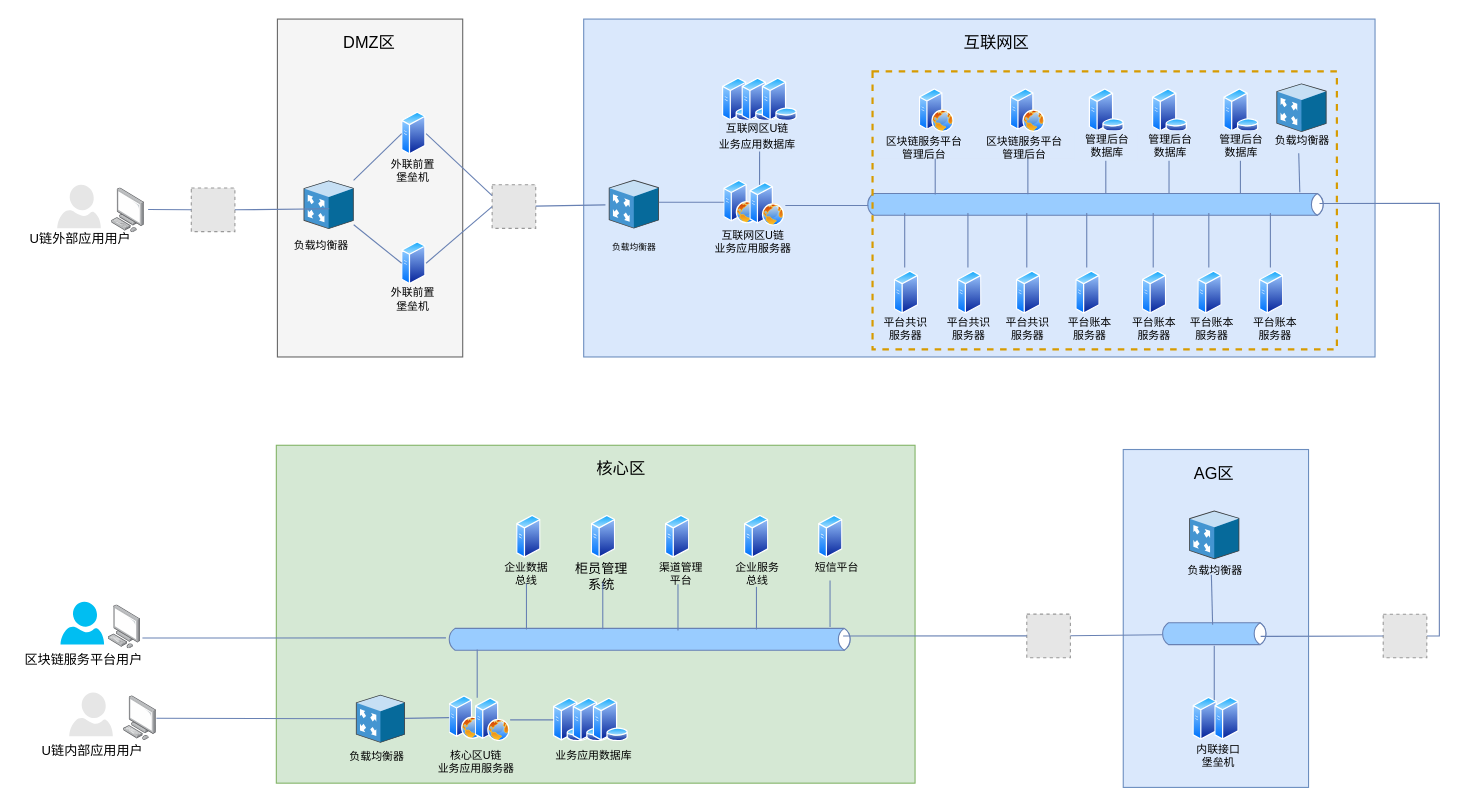
Earlier version of the draw.io diagram repository/drawio/postb/系统拓扑图.drawio (dilide/collections). Source tidied: cells renumbered, new cells numbered last; positions are measured from the earlier drawing's top-left corner, leaving out a move shared by most shapes. Both pictures are drawn from the tidied source at 109%, with x=0, y=0 at pixel (19, 19). Pictures stored in the file or linked from it are replaced by grey dashed boxes.
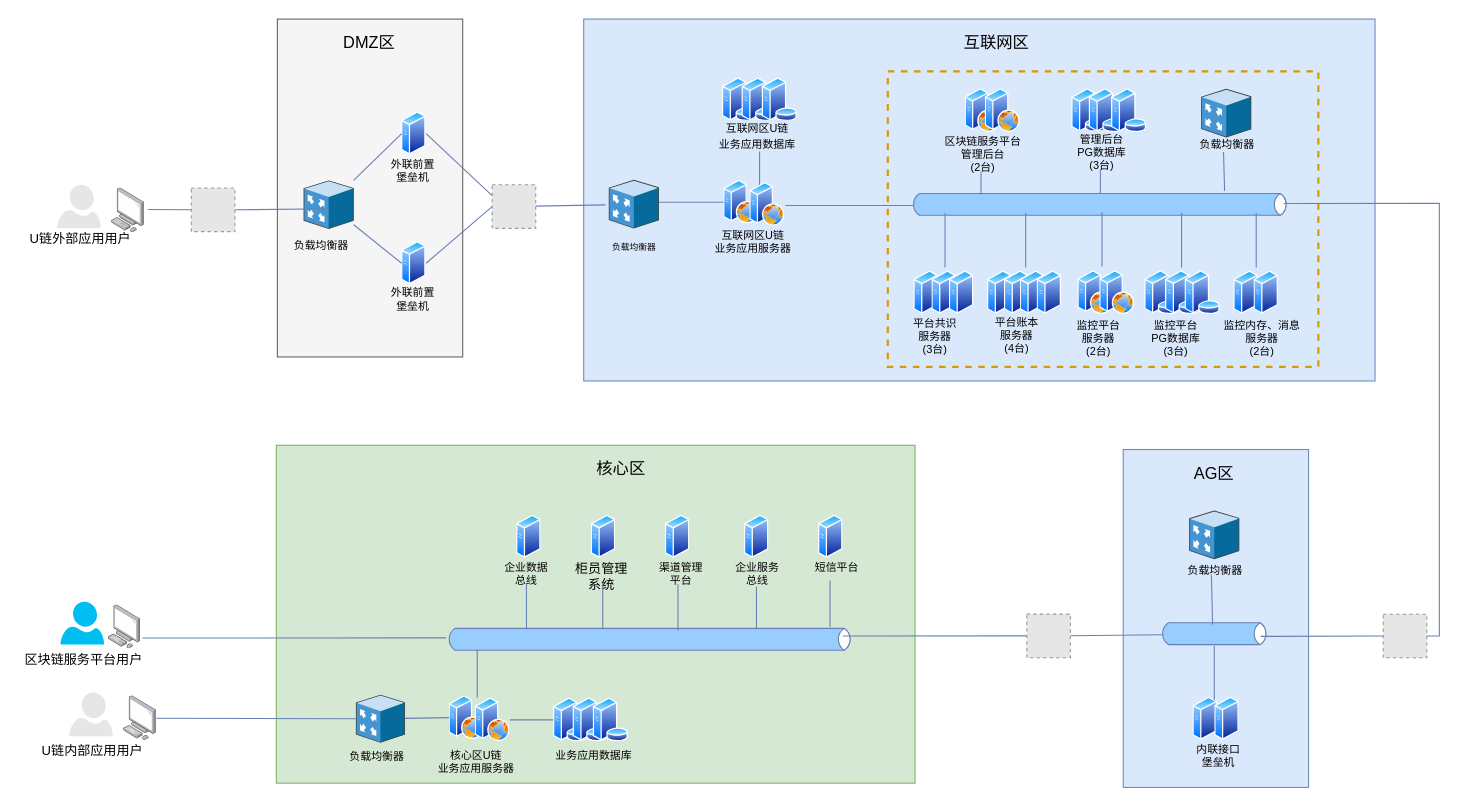
The same diagram, later.

Commit message:
Update 系统拓扑图.drawio

Change to the diagram source:
```diff
@@
     <mxCell id="2" style="rounded=0;whiteSpace=wrap;html=1;strokeColor=#6c8ebf;strokeWidth=1;fillColor=#dae8fc;fontSize=12;align=center;" parent="1" vertex="1">
-      <mxGeometry x="518" width="726" height="310" as="geometry" />
+      <mxGeometry x="518" width="726" height="332" as="geometry" />
     </mxCell>
+    <mxCell id="131" style="rounded=0;whiteSpace=wrap;html=1;fillColor=none;fontSize=10;dashed=1;strokeColor=#d79b00;strokeWidth=2;" parent="1" vertex="1">
+      <mxGeometry x="797" y="48" width="395" height="271" as="geometry" />
+    </mxCell>
@@
     <mxCell id="4" style="html=1;fillColor=#99CCFF;strokeColor=#6881B3;gradientColor=none;gradientDirection=north;strokeWidth=1;shape=mxgraph.networks.bus;gradientColor=none;gradientDirection=north;fontColor=#ffffff;perimeter=backbonePerimeter;backboneSize=20;align=center;fontSize=12;" parent="1" vertex="1">
-      <mxGeometry x="776" y="165" width="423" height="10" as="geometry" />
+      <mxGeometry x="818" y="165" width="347" height="10" as="geometry" />
     </mxCell>
     <mxCell id="5" style="strokeColor=#6881B3;edgeStyle=none;rounded=0;endArrow=none;html=1;strokeWidth=1;fontSize=12;" parent="1" edge="1">
       <mxGeometry relative="1" as="geometry">
-        <mxPoint x="840.5" y="118" as="sourcePoint" />
-        <mxPoint x="840.5" y="160.9" as="targetPoint" />
+        <mxPoint x="882.5" y="118" as="sourcePoint" />
+        <mxPoint x="882.5" y="160.9" as="targetPoint" />
       </mxGeometry>
     </mxCell>
-    <mxCell id="6" style="strokeColor=#6881B3;edgeStyle=none;rounded=0;endArrow=none;html=1;strokeWidth=1;fontSize=12;" parent="1" edge="1">
-      <mxGeometry relative="1" as="geometry">
-        <mxPoint x="925.5" y="118" as="sourcePoint" />
-        <mxPoint x="925.5" y="160.7" as="targetPoint" />
-      </mxGeometry>
-    </mxCell>
     <mxCell id="7" style="strokeColor=#6881B3;edgeStyle=none;rounded=0;endArrow=none;html=1;strokeWidth=1;fontSize=12;" parent="1" edge="1">
       <mxGeometry relative="1" as="geometry">
-        <mxPoint x="997" y="117.5" as="sourcePoint" />
-        <mxPoint x="997" y="159.7" as="targetPoint" />
+        <mxPoint x="992" y="117.5" as="sourcePoint" />
+        <mxPoint x="992" y="159.7" as="targetPoint" />
       </mxGeometry>
     </mxCell>
     <mxCell id="8" style="strokeColor=#6881B3;edgeStyle=none;rounded=0;endArrow=none;html=1;strokeWidth=1;fontSize=12;" parent="1" edge="1">
       <mxGeometry relative="1" as="geometry">
-        <mxPoint x="812.5" y="228" as="sourcePoint" />
-        <mxPoint x="812.5" y="178" as="targetPoint" />
+        <mxPoint x="849.5" y="228" as="sourcePoint" />
+        <mxPoint x="849.5" y="178" as="targetPoint" />
       </mxGeometry>
     </mxCell>
-    <mxCell id="9" style="strokeColor=#6881B3;edgeStyle=none;rounded=0;endArrow=none;html=1;strokeWidth=1;fontSize=12;" parent="1" edge="1">
-      <mxGeometry relative="1" as="geometry">
-        <mxPoint x="979.5" y="228" as="sourcePoint" />
-        <mxPoint x="979.5" y="178" as="targetPoint" />
-        <Array as="points">
-          <mxPoint x="979.5" y="208" />
-        </Array>
-      </mxGeometry>
-    </mxCell>
@@
-    <mxCell id="25" value="区块链服务平台&lt;br&gt;管理后台" style="text;html=1;align=center;verticalAlign=top;spacingTop=-4;fontSize=10;fillColor=#DAE8FC;" parent="1" vertex="1">
-      <mxGeometry x="782.5" y="104" width="94" height="24" as="geometry" />
+    <mxCell id="25" value="区块链服务平台&lt;br&gt;管理后台&lt;br&gt;(2台)" style="text;html=1;align=center;verticalAlign=top;spacingTop=-4;fontSize=10;fillColor=#DAE8FC;" parent="1" vertex="1">
+      <mxGeometry x="843.5" y="104" width="80" height="36" as="geometry" />
     </mxCell>
@@
-    <mxCell id="29" value="平台共识&lt;br&gt;服务器&lt;br style=&quot;font-size: 10px&quot;&gt;" style="text;html=1;align=center;verticalAlign=top;spacingTop=-4;fontSize=10;" parent="1" vertex="1">
-      <mxGeometry x="783.5" y="270" width="58" height="24" as="geometry" />
+    <mxCell id="29" value="平台共识&lt;br&gt;服务器&lt;br&gt;(3台)" style="text;html=1;align=center;verticalAlign=top;spacingTop=-4;fontSize=10;" parent="1" vertex="1">
+      <mxGeometry x="815" y="271" width="50" height="36" as="geometry" />
     </mxCell>
     <mxCell id="30" style="perimeter=ellipsePerimeter;html=1;align=center;shadow=0;dashed=0;spacingTop=3;image;image=img/lib/active_directory/generic_server.svg;strokeColor=#6881B3;strokeWidth=1;fillColor=#99CCFF;fontSize=8;" parent="1" vertex="1">
-      <mxGeometry x="803" y="231" width="22.4" height="40" as="geometry" />
+      <mxGeometry x="821" y="231" width="22.4" height="40" as="geometry" />
     </mxCell>
-    <mxCell id="31" value="平台账本&lt;br&gt;服务器" style="text;html=1;align=center;verticalAlign=top;spacingTop=-4;fontSize=10;" parent="1" vertex="1">
-      <mxGeometry x="952.5" y="270" width="58" height="24" as="geometry" />
+    <mxCell id="31" value="平台账本&lt;br&gt;服务器&lt;br&gt;(4台)" style="text;html=1;align=center;verticalAlign=top;spacingTop=-4;fontSize=10;" parent="1" vertex="1">
+      <mxGeometry x="890" y="270" width="50" height="36" as="geometry" />
     </mxCell>
@@
     <mxCell id="89" style="perimeter=ellipsePerimeter;html=1;align=center;shadow=0;dashed=0;spacingTop=3;image;image=img/lib/active_directory/web_server.svg;strokeColor=#6881B3;strokeWidth=1;fillColor=#99CCFF;fontSize=12;" parent="1" vertex="1">
-      <mxGeometry x="826" y="64" width="32" height="40" as="geometry" />
+      <mxGeometry x="868" y="64" width="32" height="40" as="geometry" />
     </mxCell>
     <mxCell id="90" style="perimeter=ellipsePerimeter;html=1;align=center;shadow=0;dashed=0;spacingTop=3;image;image=img/lib/active_directory/web_server.svg;strokeColor=#6881B3;strokeWidth=1;fillColor=#99CCFF;fontSize=12;" parent="1" vertex="1">
-      <mxGeometry x="909.5" y="64" width="32" height="40" as="geometry" />
+      <mxGeometry x="886.5" y="64" width="32" height="40" as="geometry" />
     </mxCell>
-    <mxCell id="91" value="区块链服务平台&lt;br&gt;管理后台" style="text;html=1;align=center;verticalAlign=top;spacingTop=-4;fontSize=10;fillColor=#DAE8FC;" parent="1" vertex="1">
-      <mxGeometry x="874.5" y="104" width="94" height="24" as="geometry" />
-    </mxCell>
     <mxCell id="92" style="perimeter=ellipsePerimeter;html=1;align=center;shadow=0;dashed=0;spacingTop=3;image;image=img/lib/active_directory/database_server.svg;strokeColor=#6881B3;strokeWidth=1;fillColor=#99CCFF;fontSize=8;" parent="1" vertex="1">
-      <mxGeometry x="981.5" y="64" width="32.8" height="40" as="geometry" />
+      <mxGeometry x="965.5" y="64" width="32.8" height="40" as="geometry" />
     </mxCell>
-    <mxCell id="93" value="管理后台&lt;br style=&quot;font-size: 10px;&quot;&gt;数据库" style="text;html=1;align=center;verticalAlign=top;spacingTop=-4;fillColor=#DAE8FC;fontSize=10;" parent="1" vertex="1">
-      <mxGeometry x="968.5" y="102" width="58" height="28" as="geometry" />
+    <mxCell id="93" value="管理后台&lt;br style=&quot;font-size: 10px&quot;&gt;PG数据库&lt;br&gt;(3台)" style="text;html=1;align=center;verticalAlign=top;spacingTop=-4;fillColor=#DAE8FC;fontSize=10;" parent="1" vertex="1">
+      <mxGeometry x="965.5" y="102" width="54" height="36" as="geometry" />
     </mxCell>
-    <mxCell id="94" style="strokeColor=#6881B3;edgeStyle=none;rounded=0;endArrow=none;html=1;strokeWidth=1;fontSize=12;" parent="1" edge="1">
-      <mxGeometry relative="1" as="geometry">
-        <mxPoint x="1055" y="117.5" as="sourcePoint" />
-        <mxPoint x="1055" y="159.7" as="targetPoint" />
-      </mxGeometry>
-    </mxCell>
     <mxCell id="95" style="perimeter=ellipsePerimeter;html=1;align=center;shadow=0;dashed=0;spacingTop=3;image;image=img/lib/active_directory/database_server.svg;strokeColor=#6881B3;strokeWidth=1;fillColor=#99CCFF;fontSize=8;" parent="1" vertex="1">
-      <mxGeometry x="1039.5" y="64" width="32.8" height="40" as="geometry" />
+      <mxGeometry x="981.5" y="64" width="32.8" height="40" as="geometry" />
     </mxCell>
-    <mxCell id="96" value="管理后台&lt;br style=&quot;font-size: 10px;&quot;&gt;数据库" style="text;html=1;align=center;verticalAlign=top;spacingTop=-4;fillColor=#DAE8FC;fontSize=10;" parent="1" vertex="1">
-      <mxGeometry x="1026.5" y="102" width="58" height="28" as="geometry" />
-    </mxCell>
-    <mxCell id="97" style="strokeColor=#6881B3;edgeStyle=none;rounded=0;endArrow=none;html=1;strokeWidth=1;fontSize=12;" parent="1" edge="1">
-      <mxGeometry relative="1" as="geometry">
-        <mxPoint x="1120.5" y="117.5" as="sourcePoint" />
-        <mxPoint x="1120.5" y="159.7" as="targetPoint" />
-      </mxGeometry>
-    </mxCell>
     <mxCell id="98" style="perimeter=ellipsePerimeter;html=1;align=center;shadow=0;dashed=0;spacingTop=3;image;image=img/lib/active_directory/database_server.svg;strokeColor=#6881B3;strokeWidth=1;fillColor=#99CCFF;fontSize=8;" parent="1" vertex="1">
-      <mxGeometry x="1105" y="64" width="32.8" height="40" as="geometry" />
+      <mxGeometry x="1002" y="64" width="32.8" height="40" as="geometry" />
     </mxCell>
-    <mxCell id="99" value="管理后台&lt;br style=&quot;font-size: 10px;&quot;&gt;数据库" style="text;html=1;align=center;verticalAlign=top;spacingTop=-4;fillColor=#DAE8FC;fontSize=10;" parent="1" vertex="1">
-      <mxGeometry x="1092" y="102" width="58" height="28" as="geometry" />
-    </mxCell>
-    <mxCell id="100" style="strokeColor=#6881B3;edgeStyle=none;rounded=0;endArrow=none;html=1;strokeWidth=1;fontSize=12;" parent="1" edge="1">
-      <mxGeometry relative="1" as="geometry">
-        <mxPoint x="870.5" y="228" as="sourcePoint" />
-        <mxPoint x="870.5" y="178" as="targetPoint" />
-      </mxGeometry>
-    </mxCell>
-    <mxCell id="101" value="平台共识&lt;br&gt;服务器&lt;br style=&quot;font-size: 10px&quot;&gt;" style="text;html=1;align=center;verticalAlign=top;spacingTop=-4;fontSize=10;" parent="1" vertex="1">
-      <mxGeometry x="841.5" y="270" width="58" height="24" as="geometry" />
-    </mxCell>
     <mxCell id="102" style="perimeter=ellipsePerimeter;html=1;align=center;shadow=0;dashed=0;spacingTop=3;image;image=img/lib/active_directory/generic_server.svg;strokeColor=#6881B3;strokeWidth=1;fillColor=#99CCFF;fontSize=8;" parent="1" vertex="1">
-      <mxGeometry x="861" y="231" width="22.4" height="40" as="geometry" />
+      <mxGeometry x="837.5" y="231" width="22.4" height="40" as="geometry" />
     </mxCell>
     <mxCell id="103" style="strokeColor=#6881B3;edgeStyle=none;rounded=0;endArrow=none;html=1;strokeWidth=1;fontSize=12;" parent="1" edge="1">
       <mxGeometry relative="1" as="geometry">
-        <mxPoint x="924.5" y="228" as="sourcePoint" />
-        <mxPoint x="924.5" y="178" as="targetPoint" />
+        <mxPoint x="923.5" y="228" as="sourcePoint" />
+        <mxPoint x="923.5" y="178" as="targetPoint" />
       </mxGeometry>
     </mxCell>
-    <mxCell id="104" value="平台共识&lt;br&gt;服务器&lt;br style=&quot;font-size: 10px&quot;&gt;" style="text;html=1;align=center;verticalAlign=top;spacingTop=-4;fontSize=10;" parent="1" vertex="1">
-      <mxGeometry x="895.5" y="270" width="58" height="24" as="geometry" />
-    </mxCell>
     <mxCell id="105" style="perimeter=ellipsePerimeter;html=1;align=center;shadow=0;dashed=0;spacingTop=3;image;image=img/lib/active_directory/generic_server.svg;strokeColor=#6881B3;strokeWidth=1;fillColor=#99CCFF;fontSize=8;" parent="1" vertex="1">
-      <mxGeometry x="915" y="231" width="22.4" height="40" as="geometry" />
+      <mxGeometry x="853.5" y="231" width="22.4" height="40" as="geometry" />
     </mxCell>
     <mxCell id="106" style="perimeter=ellipsePerimeter;html=1;align=center;shadow=0;dashed=0;spacingTop=3;image;image=img/lib/active_directory/generic_server.svg;strokeColor=#6881B3;strokeWidth=1;fillColor=#99CCFF;fontSize=8;" parent="1" vertex="1">
-      <mxGeometry x="969.5" y="231" width="22.4" height="40" as="geometry" />
+      <mxGeometry x="888.5" y="231" width="22.4" height="40" as="geometry" />
     </mxCell>
     <mxCell id="107" style="strokeColor=#6881B3;edgeStyle=none;rounded=0;endArrow=none;html=1;strokeWidth=1;fontSize=12;" parent="1" edge="1">
       <mxGeometry relative="1" as="geometry">
-        <mxPoint x="1040.5" y="228" as="sourcePoint" />
-        <mxPoint x="1040.5" y="178" as="targetPoint" />
+        <mxPoint x="993.5" y="227" as="sourcePoint" />
+        <mxPoint x="993.5" y="177" as="targetPoint" />
         <Array as="points">
-          <mxPoint x="1040.5" y="208" />
+          <mxPoint x="993.5" y="207" />
         </Array>
       </mxGeometry>
     </mxCell>
-    <mxCell id="108" value="平台账本&lt;br&gt;服务器" style="text;html=1;align=center;verticalAlign=top;spacingTop=-4;fontSize=10;" parent="1" vertex="1">
-      <mxGeometry x="1011.5" y="270" width="58" height="24" as="geometry" />
-    </mxCell>
     <mxCell id="109" style="perimeter=ellipsePerimeter;html=1;align=center;shadow=0;dashed=0;spacingTop=3;image;image=img/lib/active_directory/generic_server.svg;strokeColor=#6881B3;strokeWidth=1;fillColor=#99CCFF;fontSize=8;" parent="1" vertex="1">
-      <mxGeometry x="1030.5" y="231" width="22.4" height="40" as="geometry" />
+      <mxGeometry x="904" y="231" width="22.4" height="40" as="geometry" />
     </mxCell>
     <mxCell id="110" style="strokeColor=#6881B3;edgeStyle=none;rounded=0;endArrow=none;html=1;strokeWidth=1;fontSize=12;" parent="1" edge="1">
       <mxGeometry relative="1" as="geometry">
-        <mxPoint x="1091.5" y="228" as="sourcePoint" />
-        <mxPoint x="1091.5" y="178" as="targetPoint" />
+        <mxPoint x="1066.5" y="228" as="sourcePoint" />
+        <mxPoint x="1066.5" y="178" as="targetPoint" />
         <Array as="points">
-          <mxPoint x="1091.5" y="208" />
+          <mxPoint x="1066.5" y="208" />
         </Array>
       </mxGeometry>
     </mxCell>
-    <mxCell id="111" value="平台账本&lt;br&gt;服务器" style="text;html=1;align=center;verticalAlign=top;spacingTop=-4;fontSize=10;" parent="1" vertex="1">
-      <mxGeometry x="1064.5" y="270" width="58" height="24" as="geometry" />
-    </mxCell>
     <mxCell id="112" style="perimeter=ellipsePerimeter;html=1;align=center;shadow=0;dashed=0;spacingTop=3;image;image=img/lib/active_directory/generic_server.svg;strokeColor=#6881B3;strokeWidth=1;fillColor=#99CCFF;fontSize=8;" parent="1" vertex="1">
-      <mxGeometry x="1081.5" y="231" width="22.4" height="40" as="geometry" />
+      <mxGeometry x="918.5" y="231" width="22.4" height="40" as="geometry" />
     </mxCell>
     <mxCell id="113" style="strokeColor=#6881B3;edgeStyle=none;rounded=0;endArrow=none;html=1;strokeWidth=1;fontSize=12;" parent="1" edge="1">
       <mxGeometry relative="1" as="geometry">
-        <mxPoint x="1148" y="228" as="sourcePoint" />
-        <mxPoint x="1148" y="178" as="targetPoint" />
+        <mxPoint x="1135" y="228" as="sourcePoint" />
+        <mxPoint x="1135" y="178" as="targetPoint" />
         <Array as="points">
-          <mxPoint x="1148" y="208" />
+          <mxPoint x="1135" y="208" />
         </Array>
       </mxGeometry>
     </mxCell>
-    <mxCell id="114" value="平台账本&lt;br&gt;服务器" style="text;html=1;align=center;verticalAlign=top;spacingTop=-4;fontSize=10;" parent="1" vertex="1">
-      <mxGeometry x="1123" y="270" width="58" height="24" as="geometry" />
-    </mxCell>
     <mxCell id="115" style="perimeter=ellipsePerimeter;html=1;align=center;shadow=0;dashed=0;spacingTop=3;image;image=img/lib/active_directory/generic_server.svg;strokeColor=#6881B3;strokeWidth=1;fillColor=#99CCFF;fontSize=8;" parent="1" vertex="1">
-      <mxGeometry x="1138" y="231" width="22.4" height="40" as="geometry" />
+      <mxGeometry x="934" y="231" width="22.4" height="40" as="geometry" />
     </mxCell>
@@
     <mxCell id="128" style="shadow=0;dashed=0;html=1;labelPosition=center;verticalLabelPosition=bottom;verticalAlign=top;align=center;shape=mxgraph.veeam.3d.proxy_appliance;direction=east;" parent="1" vertex="1">
-      <mxGeometry x="1153.5" y="59" width="46" height="44.6" as="geometry" />
+      <mxGeometry x="1084.5" y="64" width="46" height="44.6" as="geometry" />
     </mxCell>
     <mxCell id="129" value="负载均衡器" style="text;html=1;align=center;verticalAlign=top;spacingTop=-4;fontSize=10;" parent="1" vertex="1">
-      <mxGeometry x="1146.5" y="103" width="60" height="10" as="geometry" />
+      <mxGeometry x="1077.5" y="107" width="60" height="10" as="geometry" />
     </mxCell>
     <mxCell id="130" style="endArrow=none;html=1;strokeColor=#6881B3;strokeWidth=1;fontSize=8;exitX=0.485;exitY=-0.318;exitDx=0;exitDy=0;exitPerimeter=0;" parent="1" edge="1">
       <mxGeometry relative="1" as="geometry">
-        <mxPoint x="1175" y="158.8" as="sourcePoint" />
-        <mxPoint x="1174" y="123" as="targetPoint" />
+        <mxPoint x="1106" y="157.8" as="sourcePoint" />
+        <mxPoint x="1105" y="122" as="targetPoint" />
       </mxGeometry>
     </mxCell>
-    <mxCell id="131" style="rounded=0;whiteSpace=wrap;html=1;fillColor=none;fontSize=10;dashed=1;strokeColor=#d79b00;strokeWidth=2;" parent="1" vertex="1">
-      <mxGeometry x="783" y="48" width="426" height="255" as="geometry" />
-    </mxCell>
@@
+    <mxCell id="134" style="perimeter=ellipsePerimeter;html=1;align=center;shadow=0;dashed=0;spacingTop=3;image;image=img/lib/active_directory/web_server.svg;strokeColor=#6881B3;strokeWidth=1;fillColor=#99CCFF;fontSize=12;" parent="1" vertex="1">
+      <mxGeometry x="971.5" y="231" width="32" height="40" as="geometry" />
+    </mxCell>
+    <mxCell id="135" style="perimeter=ellipsePerimeter;html=1;align=center;shadow=0;dashed=0;spacingTop=3;image;image=img/lib/active_directory/web_server.svg;strokeColor=#6881B3;strokeWidth=1;fillColor=#99CCFF;fontSize=12;" parent="1" vertex="1">
+      <mxGeometry x="991.5" y="231" width="32" height="40" as="geometry" />
+    </mxCell>
+    <mxCell id="136" value="监控平台&lt;br&gt;服务器&lt;br&gt;(2台)" style="text;html=1;align=center;verticalAlign=top;spacingTop=-4;fontSize=10;" parent="1" vertex="1">
+      <mxGeometry x="964.5" y="273" width="50" height="36" as="geometry" />
+    </mxCell>
+    <mxCell id="137" style="perimeter=ellipsePerimeter;html=1;align=center;shadow=0;dashed=0;spacingTop=3;image;image=img/lib/active_directory/database_server.svg;strokeColor=#6881B3;strokeWidth=1;fillColor=#99CCFF;fontSize=8;" parent="1" vertex="1">
+      <mxGeometry x="1032.5" y="231" width="32.8" height="40" as="geometry" />
+    </mxCell>
+    <mxCell id="138" style="perimeter=ellipsePerimeter;html=1;align=center;shadow=0;dashed=0;spacingTop=3;image;image=img/lib/active_directory/database_server.svg;strokeColor=#6881B3;strokeWidth=1;fillColor=#99CCFF;fontSize=8;" parent="1" vertex="1">
+      <mxGeometry x="1051.5" y="231" width="32.8" height="40" as="geometry" />
+    </mxCell>
+    <mxCell id="139" style="perimeter=ellipsePerimeter;html=1;align=center;shadow=0;dashed=0;spacingTop=3;image;image=img/lib/active_directory/database_server.svg;strokeColor=#6881B3;strokeWidth=1;fillColor=#99CCFF;fontSize=8;" parent="1" vertex="1">
+      <mxGeometry x="1069.5" y="231" width="32.8" height="40" as="geometry" />
+    </mxCell>
+    <mxCell id="140" value="监控平台&lt;br&gt;PG数据库&lt;br&gt;(3台)" style="text;html=1;align=center;verticalAlign=top;spacingTop=-4;fontSize=10;" parent="1" vertex="1">
+      <mxGeometry x="1034" y="273" width="54" height="36" as="geometry" />
+    </mxCell>
+    <mxCell id="141" style="perimeter=ellipsePerimeter;html=1;align=center;shadow=0;dashed=0;spacingTop=3;image;image=img/lib/active_directory/generic_server.svg;strokeColor=#6881B3;strokeWidth=1;fillColor=#99CCFF;fontSize=8;" parent="1" vertex="1">
+      <mxGeometry x="1114.5" y="231" width="22.4" height="40" as="geometry" />
+    </mxCell>
+    <mxCell id="142" style="perimeter=ellipsePerimeter;html=1;align=center;shadow=0;dashed=0;spacingTop=3;image;image=img/lib/active_directory/generic_server.svg;strokeColor=#6881B3;strokeWidth=1;fillColor=#99CCFF;fontSize=8;" parent="1" vertex="1">
+      <mxGeometry x="1133" y="231" width="22.4" height="40" as="geometry" />
+    </mxCell>
+    <mxCell id="143" value="监控内存、消息&lt;br&gt;服务器&lt;br&gt;(2台)" style="text;html=1;align=center;verticalAlign=top;spacingTop=-4;fontSize=10;" parent="1" vertex="1">
+      <mxGeometry x="1099.5" y="273" width="80" height="36" as="geometry" />
+    </mxCell>
```
